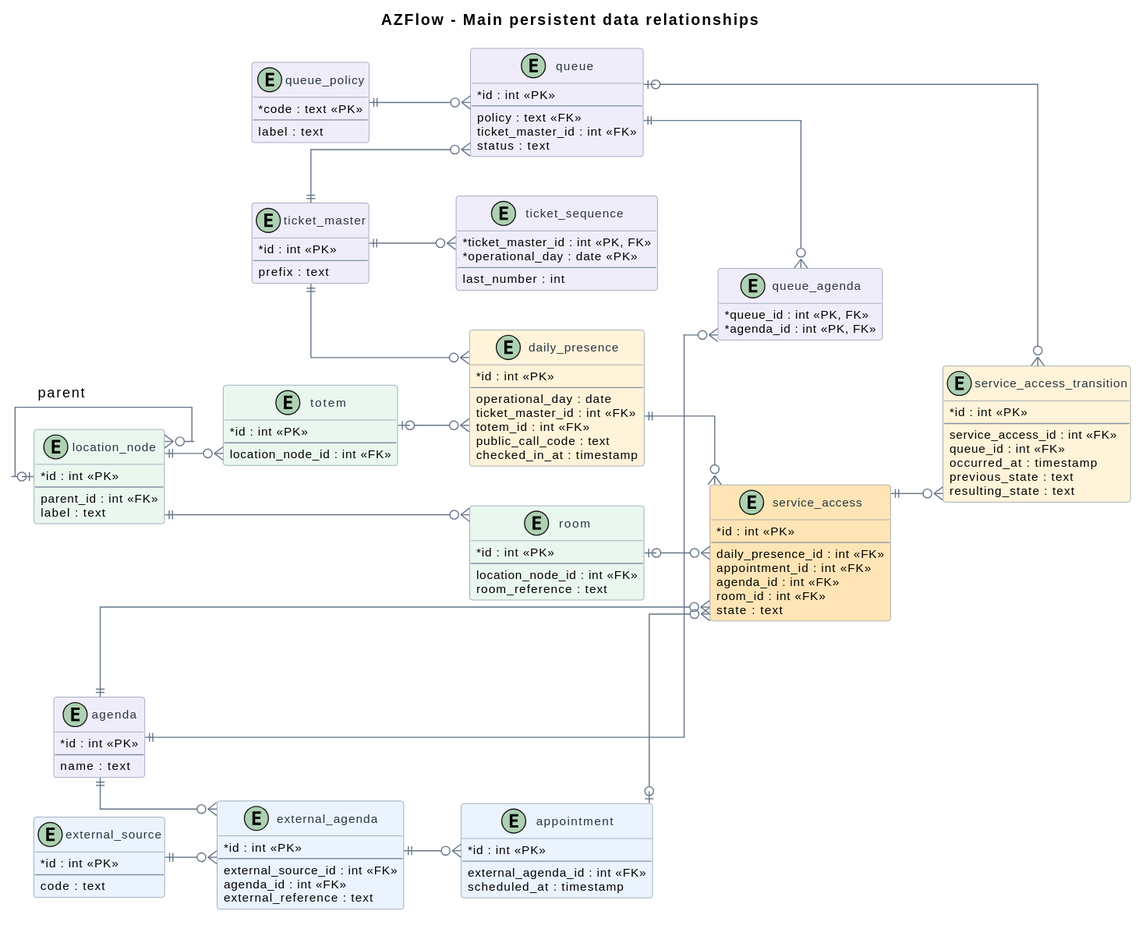
Before: pictures/persistence-model.svg, a diagram exported from PlantUML (unibo-dtm-se-2526-AZFlow/report).
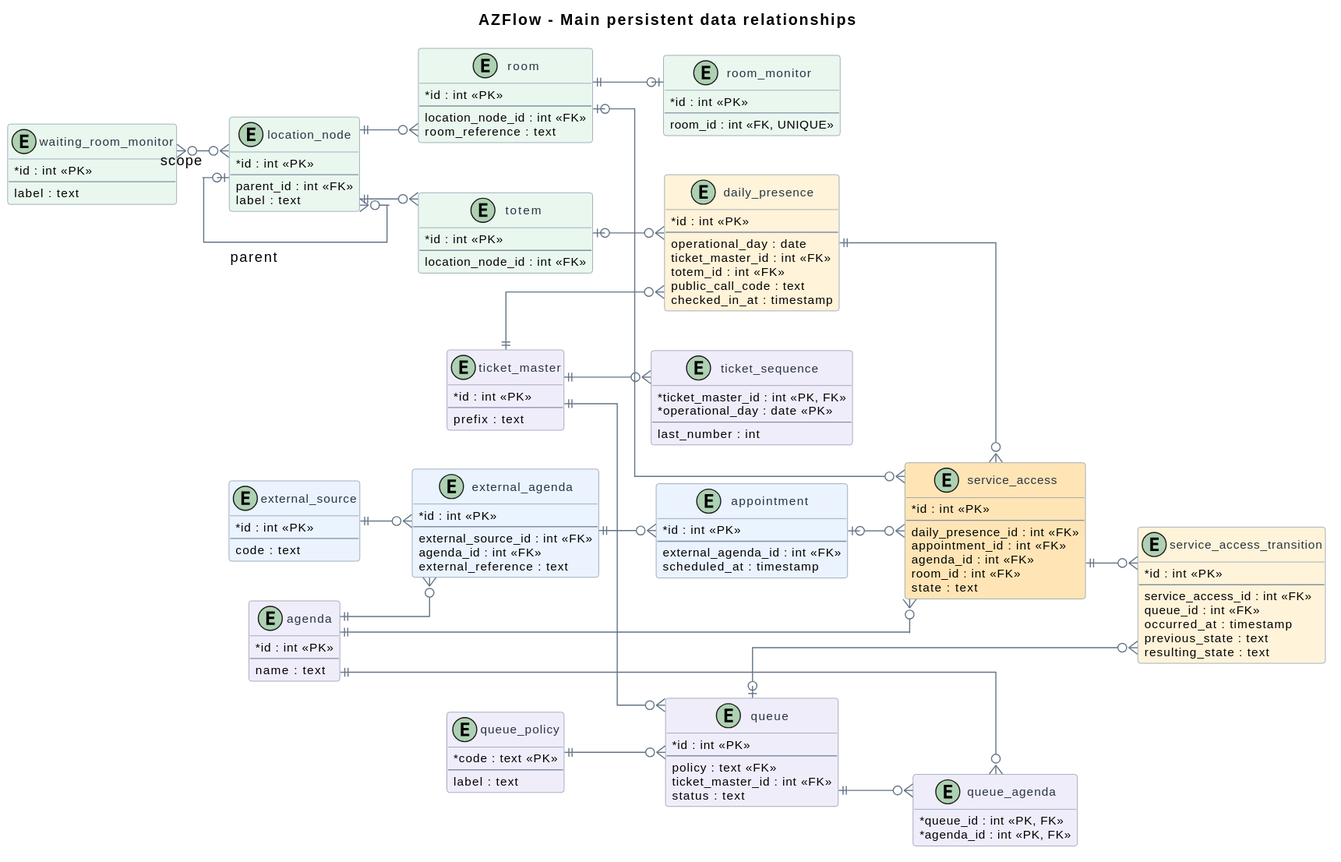
After the change.

Commit message:
docs(design): include display monitors in persistence diagram

What changed in the source:
```diff
@@ -111,6 +111,17 @@
   room_reference : text
 }
 
+entity "room_monitor" as room_monitor #EAF7EF {
+  * id : int <<PK>>
+  --
+  room_id : int <<FK, UNIQUE>>
+}
+entity "waiting_room_monitor" as waiting_room_monitor #EAF7EF {
+  * id : int <<PK>>
+  --
+  label : text
+}
+
 external_source ||--o{ external_agenda
 agenda ||--o{ external_agenda
 external_agenda ||--o{ appointment
@@ -135,4 +146,6 @@
 location_node ||--o{ room
 location_node ||--o{ totem
 totem |o--o{ daily_presence
+room ||--o| room_monitor
+waiting_room_monitor }o--o{ location_node : scope
 @enduml
```
